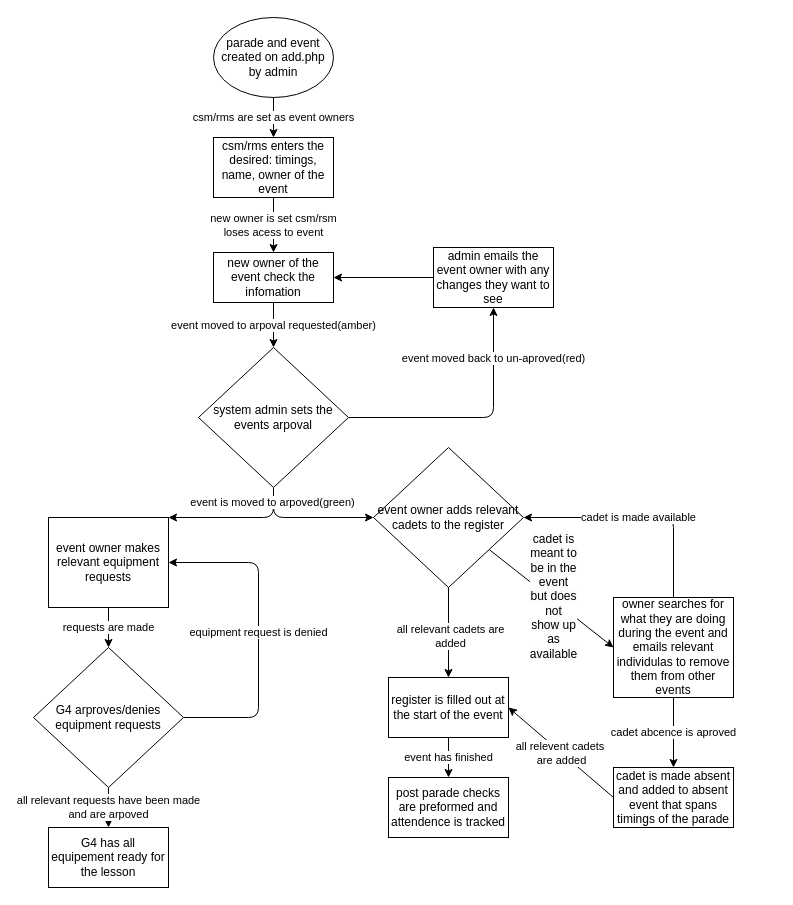
This is flowcharts/event_pipeline.drawio from Artermes27/cadet-management-app, a draw.io file, before an edit. Source tidied: cells renumbered, new cells numbered last; positions are measured from the earlier drawing's top-left corner, leaving out a move shared by most shapes. Both pictures are drawn from the tidied source at 100%, with x=0, y=0 at pixel (33, 17).
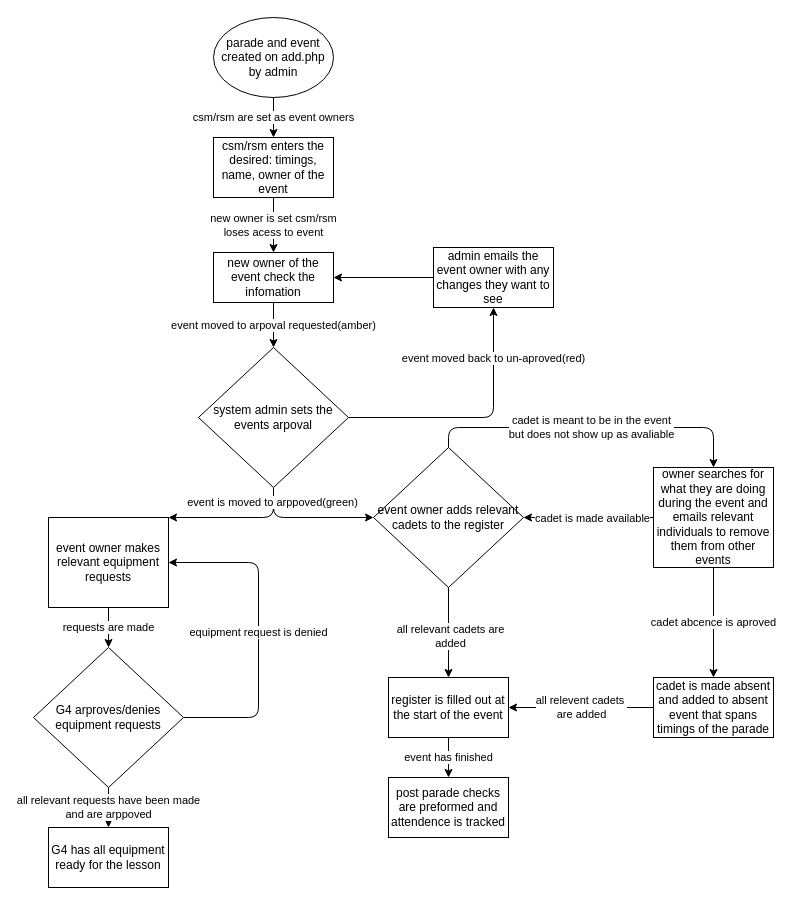
The same diagram, later.

The change refers to these unchanged cells:
```xml
<mxCell id="3" value="parade and event created on add.php by admin" style="ellipse;whiteSpace=wrap;html=1;" parent="1" vertex="1">
  <mxGeometry x="180" width="120" height="80" as="geometry" />
</mxCell>
<mxCell id="11" style="edgeStyle=none;html=1;entryX=0;entryY=0;entryDx=0;entryDy=0;exitX=0.5;exitY=1;exitDx=0;exitDy=0;" parent="1" edge="1" source="13">
  <mxGeometry relative="1" as="geometry">
    <mxPoint x="340" y="500" as="targetPoint" />
    <Array as="points">
      <mxPoint x="240" y="500" />
    </Array>
  </mxGeometry>
</mxCell>
<mxCell id="20" value="&lt;span&gt;&lt;font style=&quot;color: light-dark(rgb(0, 0, 0), rgb(255, 255, 255));&quot;&gt;G4 arproves/denies equipment requests&lt;/font&gt;&lt;/span&gt;" style="rhombus;whiteSpace=wrap;html=1;" parent="1" vertex="1">
  <mxGeometry y="630" width="150" height="140" as="geometry" />
</mxCell>
<mxCell id="25" value="&lt;span&gt;&lt;font style=&quot;color: light-dark(rgb(0, 0, 0), rgb(255, 255, 255));&quot;&gt;event owner adds relevant cadets to the register&lt;/font&gt;&lt;/span&gt;" style="rhombus;whiteSpace=wrap;html=1;" parent="1" vertex="1">
  <mxGeometry x="340" y="430" width="150" height="140" as="geometry" />
</mxCell>
```

What changed in the source:
```diff
@@
-    <mxCell id="2" value="csm/rms are set as event owners" style="edgeStyle=none;html=1;" parent="1" edge="1" source="3" target="5">
+    <mxCell id="2" value="csm/rsm are set as event owners" style="edgeStyle=none;html=1;" parent="1" edge="1" source="3" target="5">
       <mxGeometry relative="1" as="geometry" />
     </mxCell>
@@
-    <mxCell id="5" value="csm/rms enters the desired: timings, name, owner of the event" style="rounded=0;whiteSpace=wrap;html=1;" parent="1" vertex="1">
+    <mxCell id="5" value="csm/rsm enters the desired: timings, name, owner of the event" style="rounded=0;whiteSpace=wrap;html=1;" parent="1" vertex="1">
       <mxGeometry x="180" y="120" width="120" height="60" as="geometry" />
     </mxCell>
@@
-    <mxCell id="12" value="&lt;span style=&quot;&quot;&gt;&lt;font style=&quot;color: rgb(0, 0, 0);&quot;&gt;event is moved to arpoved(green)&lt;/font&gt;&lt;/span&gt;" style="edgeLabel;html=1;align=center;verticalAlign=middle;fontColor=default;" parent="11" vertex="1">
+    <mxCell id="12" value="&lt;span style=&quot;&quot;&gt;&lt;font style=&quot;color: rgb(0, 0, 0);&quot;&gt;event is moved to arppoved(green)&lt;/font&gt;&lt;/span&gt;" style="edgeLabel;html=1;align=center;verticalAlign=middle;fontColor=default;" parent="11" vertex="1">
       <mxGeometry x="-0.78" y="-2" relative="1" as="geometry" />
     </mxCell>
@@
-    <mxCell id="19" value="&lt;font style=&quot;color: rgb(0, 0, 0);&quot;&gt;all relevant requests have been made&lt;/font&gt;&lt;div&gt;&lt;font style=&quot;color: rgb(0, 0, 0);&quot;&gt;and are arpoved&lt;/font&gt;&lt;/div&gt;" style="edgeStyle=none;html=1;" parent="1" edge="1" source="20">
+    <mxCell id="19" value="&lt;font style=&quot;color: rgb(0, 0, 0);&quot;&gt;all relevant requests have been made&lt;/font&gt;&lt;div&gt;&lt;font style=&quot;color: rgb(0, 0, 0);&quot;&gt;and are arppoved&lt;/font&gt;&lt;/div&gt;" style="edgeStyle=none;html=1;" parent="1" edge="1" source="20">
       <mxGeometry relative="1" as="geometry">
         <mxPoint x="75" y="810" as="targetPoint" />
       </mxGeometry>
     </mxCell>
@@
-    <mxCell id="21" value="G4 has all equipement ready for the lesson" style="rounded=0;whiteSpace=wrap;html=1;" parent="1" vertex="1">
+    <mxCell id="21" value="G4 has all equipment ready for the lesson" style="rounded=0;whiteSpace=wrap;html=1;" parent="1" vertex="1">
       <mxGeometry x="15" y="810" width="120" height="60" as="geometry" />
     </mxCell>
-    <mxCell id="22" value="&lt;span style=&quot;color: rgb(0, 0, 0); font-family: Helvetica; font-size: 12px; font-style: normal; font-variant-ligatures: normal; font-variant-caps: normal; font-weight: 400; letter-spacing: normal; orphans: 2; text-align: center; text-indent: 0px; text-transform: none; widows: 2; word-spacing: 0px; -webkit-text-stroke-width: 0px; white-space: normal; background-color: rgb(251, 251, 251); text-decoration-thickness: initial; text-decoration-style: initial; text-decoration-color: initial; display: inline !important; float: none;&quot;&gt;cadet is meant to be in the event but does not show up as available&lt;/span&gt;" style="edgeStyle=none;html=1;entryX=0;entryY=0.5;entryDx=0;entryDy=0;" parent="1" edge="1" source="25" target="28">
-      <mxGeometry y="3" relative="1" as="geometry" />
-    </mxCell>
@@
+    <mxCell id="22" value="&lt;font style=&quot;color: rgb(0, 0, 0);&quot;&gt;cadet is meant to be in the event&lt;/font&gt;&lt;div&gt;&lt;font style=&quot;color: rgb(0, 0, 0);&quot;&gt;but does not show up as avaliable&lt;/font&gt;&lt;/div&gt;" style="edgeStyle=none;html=1;entryX=0.5;entryY=0;entryDx=0;entryDy=0;exitX=0.5;exitY=0;exitDx=0;exitDy=0;" parent="1" edge="1" source="25" target="28">
+      <mxGeometry relative="1" as="geometry">
+        <Array as="points">
+          <mxPoint x="415" y="410" />
+          <mxPoint x="680" y="410" />
+        </Array>
+      </mxGeometry>
+    </mxCell>
@@
-    <mxCell id="26" value="cadet is made available" style="edgeStyle=none;html=1;entryX=1;entryY=0.5;entryDx=0;entryDy=0;" parent="1" edge="1" source="28" target="25">
-      <mxGeometry relative="1" as="geometry">
-        <Array as="points">
-          <mxPoint x="640" y="500" />
-        </Array>
-      </mxGeometry>
+    <mxCell id="26" style="edgeStyle=none;html=1;entryX=1;entryY=0.5;entryDx=0;entryDy=0;exitX=0;exitY=0.5;exitDx=0;exitDy=0;" parent="1" edge="1" source="28" target="25">
+      <mxGeometry x="0.26" relative="1" as="geometry" />
     </mxCell>
+    <mxCell id="34" value="&lt;span style=&quot;color: rgb(0, 0, 0);&quot;&gt;cadet is made available&lt;/span&gt;" style="edgeLabel;html=1;align=center;verticalAlign=middle;" parent="26" vertex="1">
+      <mxGeometry x="-0.05" relative="1" as="geometry" />
+    </mxCell>
-    <mxCell id="27" value="cadet abcence is aproved" style="edgeStyle=none;html=1;" parent="1" edge="1" source="28" target="33">
+    <mxCell id="27" value="cadet abcence is aproved" style="edgeStyle=none;html=1;exitX=0.5;exitY=1;exitDx=0;exitDy=0;entryX=0.5;entryY=0;entryDx=0;entryDy=0;" parent="1" edge="1" source="28" target="33">
       <mxGeometry relative="1" as="geometry" />
     </mxCell>
-    <mxCell id="28" value="owner searches for what they are doing during the event and emails relevant individulas to remove them from other events" style="rounded=0;whiteSpace=wrap;html=1;" parent="1" vertex="1">
-      <mxGeometry x="580" y="580" width="120" height="100" as="geometry" />
+    <mxCell id="28" value="owner searches for what they are doing during the event and emails relevant individuals to remove them from other events" style="rounded=0;whiteSpace=wrap;html=1;" parent="1" vertex="1">
+      <mxGeometry x="620" y="450" width="120" height="100" as="geometry" />
     </mxCell>
@@
     <mxCell id="33" value="cadet is made absent and added to absent event that spans timings of the parade" style="rounded=0;whiteSpace=wrap;html=1;" parent="1" vertex="1">
-      <mxGeometry x="580" y="750" width="120" height="60" as="geometry" />
+      <mxGeometry x="620" y="660" width="120" height="60" as="geometry" />
     </mxCell>
```
